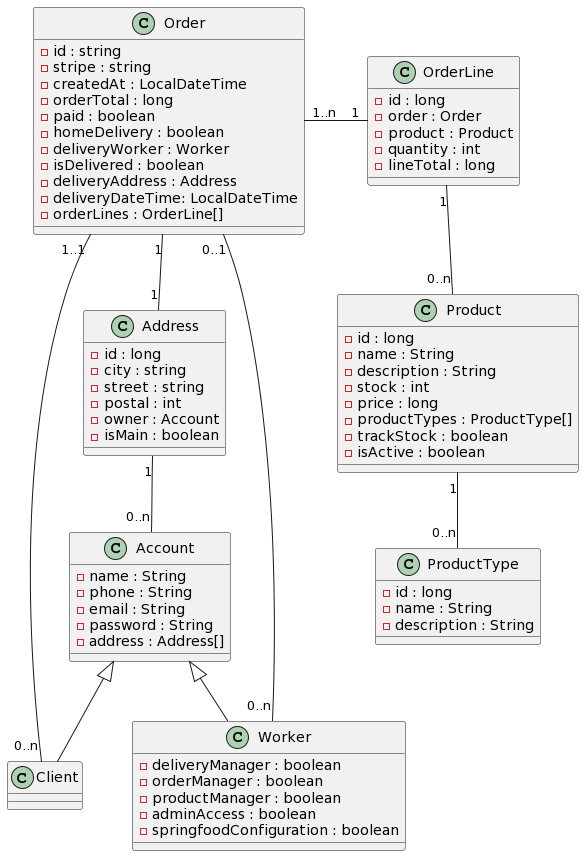
xaviqo/SpringFood3 keeps this PlantUML diagram as documents/class-diag.png. Above is the earlier version.
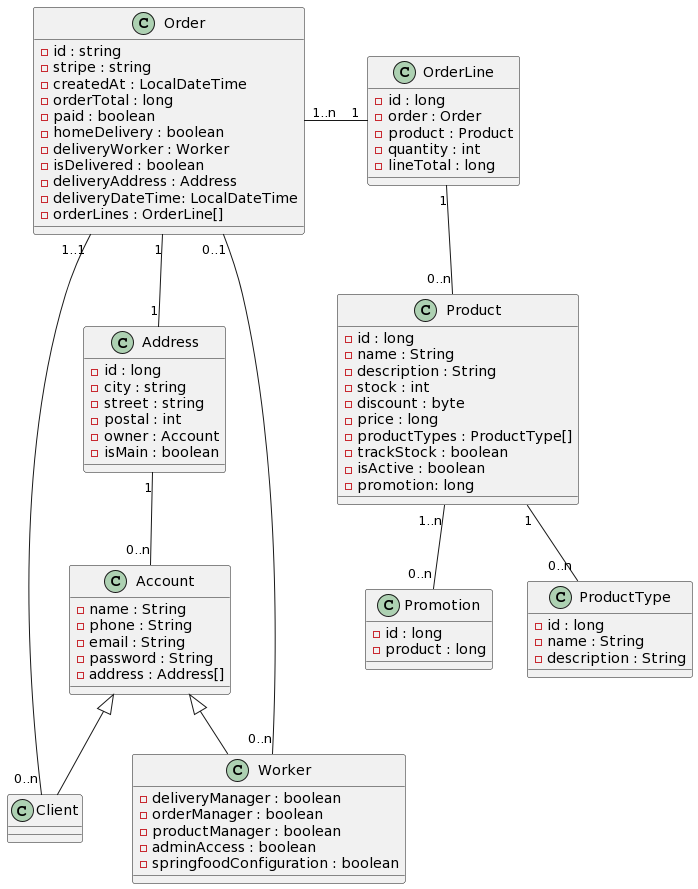
After the change.

What changed in the source:
```diff
@@ -6,6 +6,7 @@
 Order "1..n" -r- "1" OrderLine
 OrderLine "1" -- "0..n" Product
 Product "1" -d- "0..n" ProductType
+Product "1..n" -d- "0..n" Promotion
 
 Class Address {
     - id : long
@@ -63,10 +64,17 @@
     - name : String
     - description : String
     - stock : int
+    - discount : byte
     - price : long
     - productTypes : ProductType[]
     - trackStock : boolean
     - isActive : boolean
+    - promotion: long
+}
+
+Class Promotion {
+    - id : long
+    - product : long
 }
 
 Class ProductType {
```
